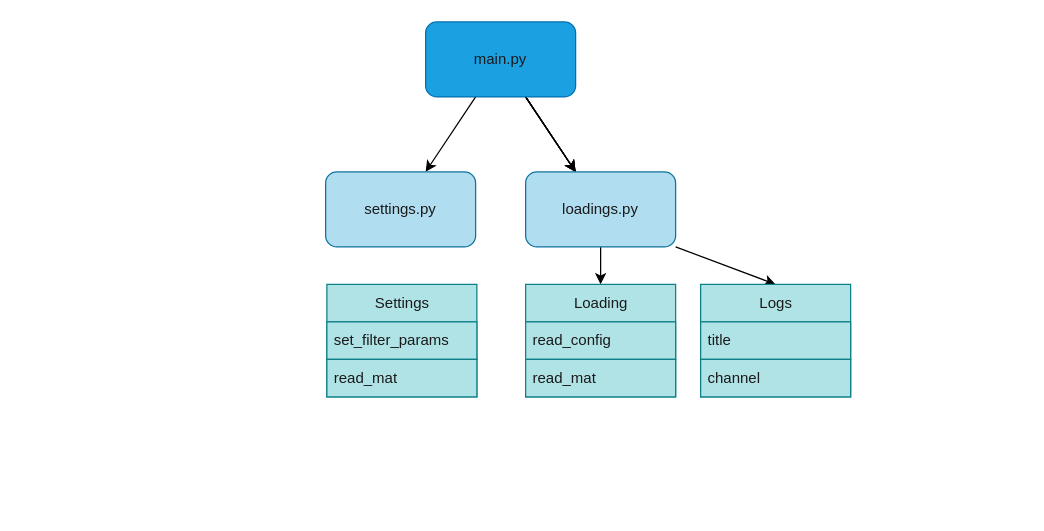
Earlier version of the draw.io diagram design/design.drawio (ryo-furukawa-1122/EEG). Source tidied: cells renumbered, new cells numbered last; positions are measured from the earlier drawing's top-left corner, leaving out a move shared by most shapes. Both pictures are drawn from the tidied source at 125%, with x=0, y=0 at pixel (325, 21).
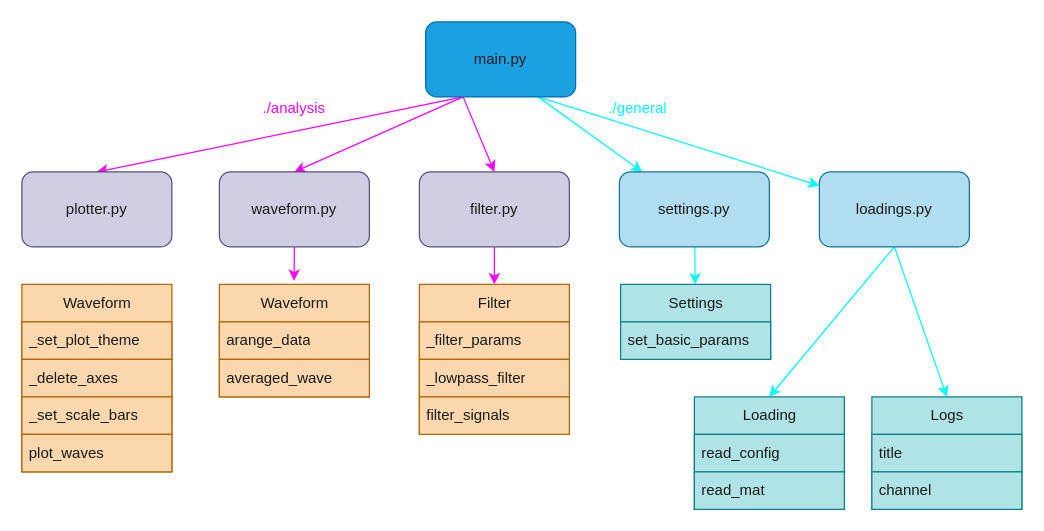
The same diagram, later.

Commit message (it also covers changes not shown here):
Make design flow

Unchanged cells that the change refers to:
```xml
<mxCell id="7" value="main.py" style="rounded=1;whiteSpace=wrap;html=1;fillColor=#1ba1e2;fontColor=#1A1A1A;strokeColor=#006EAF;" parent="1" vertex="1">
  <mxGeometry x="80" width="120" height="60" as="geometry" />
</mxCell>
```

What changed in the source:
```diff
@@
-    <mxCell id="2" style="edgeStyle=none;html=1;fontColor=#1A1A1A;" parent="1" edge="1" source="7" target="10">
-      <mxGeometry relative="1" as="geometry" />
-    </mxCell>
-    <mxCell id="3" style="edgeStyle=none;html=1;fontColor=#1A1A1A;" parent="1" edge="1" source="7" target="10">
-      <mxGeometry relative="1" as="geometry" />
-    </mxCell>
-    <mxCell id="4" style="edgeStyle=none;html=1;fontColor=#1A1A1A;" parent="1" edge="1" source="7" target="10">
-      <mxGeometry relative="1" as="geometry" />
-    </mxCell>
-    <mxCell id="5" style="edgeStyle=none;html=1;fontColor=#1A1A1A;" parent="1" edge="1" source="7" target="10">
+    <mxCell id="5" style="edgeStyle=none;html=1;fontColor=#1A1A1A;exitX=0.75;exitY=1;exitDx=0;exitDy=0;strokeColor=#00FFFF;" parent="1" edge="1" source="7" target="10">
       <mxGeometry relative="1" as="geometry" />
     </mxCell>
-    <mxCell id="6" style="edgeStyle=none;html=1;fontColor=#1A1A1A;" parent="1" edge="1" source="7" target="11">
+    <mxCell id="6" style="edgeStyle=none;html=1;fontColor=#1A1A1A;exitX=0.75;exitY=1;exitDx=0;exitDy=0;strokeColor=#00FFFF;" parent="1" edge="1" source="7" target="11">
       <mxGeometry relative="1" as="geometry" />
     </mxCell>
+    <mxCell id="21" style="edgeStyle=none;html=1;exitX=0.25;exitY=1;exitDx=0;exitDy=0;entryX=0.5;entryY=0;entryDx=0;entryDy=0;strokeColor=#FF00FF;fontColor=#00FFFF;" parent="1" edge="1" source="7" target="26">
+      <mxGeometry relative="1" as="geometry" />
+    </mxCell>
+    <mxCell id="22" style="edgeStyle=none;html=1;exitX=0.25;exitY=1;exitDx=0;exitDy=0;entryX=0.5;entryY=0;entryDx=0;entryDy=0;strokeColor=#FF00FF;fontColor=#00FFFF;" parent="1" edge="1" source="7" target="28">
+      <mxGeometry relative="1" as="geometry" />
+    </mxCell>
+    <mxCell id="23" style="edgeStyle=none;html=1;exitX=0.25;exitY=1;exitDx=0;exitDy=0;entryX=0.5;entryY=0;entryDx=0;entryDy=0;strokeColor=#FF00FF;fontColor=#00FFFF;" parent="1" edge="1" source="7" target="29">
+      <mxGeometry relative="1" as="geometry" />
+    </mxCell>
@@
-    <mxCell id="8" style="edgeStyle=none;html=1;exitX=0.5;exitY=1;exitDx=0;exitDy=0;entryX=0.5;entryY=0;entryDx=0;entryDy=0;fontColor=#1A1A1A;" parent="1" edge="1" source="10" target="15">
+    <mxCell id="8" style="edgeStyle=none;html=1;exitX=0.5;exitY=1;exitDx=0;exitDy=0;entryX=0.5;entryY=0;entryDx=0;entryDy=0;fontColor=#1A1A1A;strokeColor=#00FFFF;" parent="1" edge="1" source="10" target="15">
       <mxGeometry relative="1" as="geometry" />
     </mxCell>
-    <mxCell id="9" style="edgeStyle=none;html=1;exitX=1;exitY=1;exitDx=0;exitDy=0;entryX=0.5;entryY=0;entryDx=0;entryDy=0;fontColor=#1A1A1A;" parent="1" edge="1" source="10" target="12">
+    <mxCell id="9" style="edgeStyle=none;html=1;exitX=0.5;exitY=1;exitDx=0;exitDy=0;entryX=0.5;entryY=0;entryDx=0;entryDy=0;fontColor=#1A1A1A;strokeColor=#00FFFF;" parent="1" edge="1" source="10" target="12">
       <mxGeometry relative="1" as="geometry" />
     </mxCell>
     <mxCell id="10" value="&lt;font&gt;loadings.py&lt;/font&gt;" style="rounded=1;whiteSpace=wrap;html=1;fillColor=#b1ddf0;strokeColor=#10739e;fontColor=#1A1A1A;" parent="1" vertex="1">
-      <mxGeometry x="160" y="120" width="120" height="60" as="geometry" />
+      <mxGeometry x="395" y="120" width="120" height="60" as="geometry" />
     </mxCell>
+    <mxCell id="20" style="edgeStyle=none;html=1;strokeColor=#00FFFF;" parent="1" edge="1" source="11" target="18">
+      <mxGeometry relative="1" as="geometry" />
+    </mxCell>
     <mxCell id="11" value="settings.py" style="whiteSpace=wrap;html=1;rounded=1;fillColor=#b1ddf0;strokeColor=#10739e;fontColor=#1A1A1A;" parent="1" vertex="1">
-      <mxGeometry y="120" width="120" height="60" as="geometry" />
+      <mxGeometry x="235" y="120" width="120" height="60" as="geometry" />
     </mxCell>
     <mxCell id="12" value="Logs" style="swimlane;fontStyle=0;horizontal=1;startSize=30;html=1;fillColor=#b0e3e6;strokeColor=#0e8088;fontColor=#1A1A1A;" parent="1" vertex="1">
-      <mxGeometry x="300" y="210" width="120" height="90" as="geometry" />
+      <mxGeometry x="437" y="300" width="120" height="90" as="geometry" />
     </mxCell>
@@
     <mxCell id="15" value="Loading" style="swimlane;fontStyle=0;horizontal=1;startSize=30;html=1;fillColor=#b0e3e6;strokeColor=#0e8088;fontColor=#1A1A1A;" parent="1" vertex="1">
-      <mxGeometry x="160" y="210" width="120" height="90" as="geometry" />
+      <mxGeometry x="295" y="300" width="120" height="90" as="geometry" />
     </mxCell>
@@
     <mxCell id="18" value="Settings" style="swimlane;fontStyle=0;horizontal=1;startSize=30;html=1;fillColor=#b0e3e6;strokeColor=#0e8088;fontColor=#1A1A1A;" parent="1" vertex="1">
-      <mxGeometry x="1" y="210" width="120" height="90" as="geometry" />
+      <mxGeometry x="236" y="210" width="120" height="60" as="geometry" />
     </mxCell>
-    <mxCell id="19" value="set_filter_params" style="text;strokeColor=#0e8088;fillColor=#b0e3e6;align=left;verticalAlign=middle;spacingLeft=4;spacingRight=4;overflow=hidden;html=1;fontColor=#1A1A1A;" parent="18" vertex="1">
+    <mxCell id="19" value="set_basic_params" style="text;strokeColor=#0e8088;fillColor=#b0e3e6;align=left;verticalAlign=middle;spacingLeft=4;spacingRight=4;overflow=hidden;html=1;fontColor=#1A1A1A;" parent="18" vertex="1">
       <mxGeometry y="30" width="120" height="30" as="geometry" />
     </mxCell>
-    <mxCell id="20" value="read_mat" style="text;strokeColor=#0e8088;fillColor=#b0e3e6;align=left;verticalAlign=middle;spacingLeft=4;spacingRight=4;overflow=hidden;html=1;fontColor=#1A1A1A;" parent="18" vertex="1">
-      <mxGeometry y="60" width="120" height="30" as="geometry" />
-    </mxCell>
+    <mxCell id="24" value="./general" style="text;html=1;strokeColor=none;fillColor=none;align=center;verticalAlign=middle;whiteSpace=wrap;rounded=0;fontColor=#00FFFF;" parent="1" vertex="1">
+      <mxGeometry x="220" y="54" width="60" height="30" as="geometry" />
+    </mxCell>
+    <mxCell id="25" style="edgeStyle=none;html=1;exitX=0.5;exitY=1;exitDx=0;exitDy=0;entryX=0.5;entryY=0;entryDx=0;entryDy=0;strokeColor=#FF00FF;fontColor=#1A1A1A;" parent="1" edge="1" source="26" target="30">
+      <mxGeometry relative="1" as="geometry" />
+    </mxCell>
+    <mxCell id="26" value="&lt;font color=&quot;#1a1a1a&quot;&gt;filter.py&lt;/font&gt;" style="rounded=1;whiteSpace=wrap;html=1;fillColor=#d0cee2;strokeColor=#56517e;" parent="1" vertex="1">
+      <mxGeometry x="75" y="120" width="120" height="60" as="geometry" />
+    </mxCell>
+    <mxCell id="27" style="edgeStyle=none;html=1;exitX=0.5;exitY=1;exitDx=0;exitDy=0;entryX=0.498;entryY=-0.032;entryDx=0;entryDy=0;entryPerimeter=0;strokeColor=#FF00FF;fontColor=#1A1A1A;" parent="1" edge="1" source="28" target="35">
+      <mxGeometry relative="1" as="geometry" />
+    </mxCell>
+    <mxCell id="28" value="&lt;font color=&quot;#1a1a1a&quot;&gt;waveform.py&lt;/font&gt;" style="rounded=1;whiteSpace=wrap;html=1;fillColor=#d0cee2;strokeColor=#56517e;" parent="1" vertex="1">
+      <mxGeometry x="-85" y="120" width="120" height="60" as="geometry" />
+    </mxCell>
+    <mxCell id="29" value="&lt;font color=&quot;#1a1a1a&quot;&gt;plotter.py&lt;/font&gt;" style="rounded=1;whiteSpace=wrap;html=1;fillColor=#d0cee2;strokeColor=#56517e;" parent="1" vertex="1">
+      <mxGeometry x="-243" y="120" width="120" height="60" as="geometry" />
+    </mxCell>
+    <mxCell id="30" value="Filter" style="swimlane;fontStyle=0;horizontal=1;startSize=30;html=1;fillColor=#fad7ac;strokeColor=#b46504;fontColor=#1A1A1A;" parent="1" vertex="1">
+      <mxGeometry x="75" y="210" width="120" height="120" as="geometry" />
+    </mxCell>
+    <mxCell id="31" value="_filter_params" style="text;strokeColor=#b46504;fillColor=#fad7ac;align=left;verticalAlign=middle;spacingLeft=4;spacingRight=4;overflow=hidden;html=1;fontColor=#1A1A1A;" parent="30" vertex="1">
+      <mxGeometry y="30" width="120" height="30" as="geometry" />
+    </mxCell>
+    <mxCell id="32" value="_lowpass_filter" style="text;strokeColor=#b46504;fillColor=#fad7ac;align=left;verticalAlign=middle;spacingLeft=4;spacingRight=4;overflow=hidden;html=1;fontColor=#1A1A1A;" parent="30" vertex="1">
+      <mxGeometry y="60" width="120" height="30" as="geometry" />
+    </mxCell>
+    <mxCell id="33" value="filter_signals" style="text;strokeColor=#b46504;fillColor=#fad7ac;align=left;verticalAlign=middle;spacingLeft=4;spacingRight=4;overflow=hidden;html=1;fontColor=#1A1A1A;" parent="30" vertex="1">
+      <mxGeometry y="90" width="120" height="30" as="geometry" />
+    </mxCell>
+    <mxCell id="34" value="./analysis" style="text;html=1;strokeColor=none;fillColor=none;align=center;verticalAlign=middle;whiteSpace=wrap;rounded=0;fontColor=#FF00FF;" parent="1" vertex="1">
+      <mxGeometry x="-55" y="54" width="60" height="30" as="geometry" />
+    </mxCell>
+    <mxCell id="35" value="Waveform" style="swimlane;fontStyle=0;horizontal=1;startSize=30;html=1;fillColor=#fad7ac;strokeColor=#b46504;fontColor=#1A1A1A;" parent="1" vertex="1">
+      <mxGeometry x="-85" y="210" width="120" height="90" as="geometry" />
+    </mxCell>
+    <mxCell id="36" value="arange_data" style="text;strokeColor=#b46504;fillColor=#fad7ac;align=left;verticalAlign=middle;spacingLeft=4;spacingRight=4;overflow=hidden;html=1;fontColor=#1A1A1A;" parent="35" vertex="1">
+      <mxGeometry y="30" width="120" height="30" as="geometry" />
+    </mxCell>
+    <mxCell id="37" value="averaged_wave" style="text;strokeColor=#b46504;fillColor=#fad7ac;align=left;verticalAlign=middle;spacingLeft=4;spacingRight=4;overflow=hidden;html=1;fontColor=#1A1A1A;" parent="35" vertex="1">
+      <mxGeometry y="60" width="120" height="30" as="geometry" />
+    </mxCell>
+    <mxCell id="38" value="Waveform" style="swimlane;fontStyle=0;horizontal=1;startSize=30;html=1;fillColor=#fad7ac;strokeColor=#b46504;fontColor=#1A1A1A;" parent="1" vertex="1">
+      <mxGeometry x="-243" y="210" width="120" height="150" as="geometry" />
+    </mxCell>
+    <mxCell id="39" value="_set_plot_theme" style="text;strokeColor=#b46504;fillColor=#fad7ac;align=left;verticalAlign=middle;spacingLeft=4;spacingRight=4;overflow=hidden;html=1;fontColor=#1A1A1A;" parent="38" vertex="1">
+      <mxGeometry y="30" width="120" height="30" as="geometry" />
+    </mxCell>
+    <mxCell id="40" value="_delete_axes" style="text;strokeColor=#b46504;fillColor=#fad7ac;align=left;verticalAlign=middle;spacingLeft=4;spacingRight=4;overflow=hidden;html=1;fontColor=#1A1A1A;" parent="38" vertex="1">
+      <mxGeometry y="60" width="120" height="30" as="geometry" />
+    </mxCell>
+    <mxCell id="41" value="_set_scale_bars" style="text;strokeColor=#b46504;fillColor=#fad7ac;align=left;verticalAlign=middle;spacingLeft=4;spacingRight=4;overflow=hidden;html=1;fontColor=#1A1A1A;" parent="38" vertex="1">
+      <mxGeometry y="90" width="120" height="30" as="geometry" />
+    </mxCell>
+    <mxCell id="42" value="plot_waves" style="text;strokeColor=#b46504;fillColor=#fad7ac;align=left;verticalAlign=middle;spacingLeft=4;spacingRight=4;overflow=hidden;html=1;fontColor=#1A1A1A;" parent="38" vertex="1">
+      <mxGeometry y="120" width="120" height="30" as="geometry" />
+    </mxCell>
```
